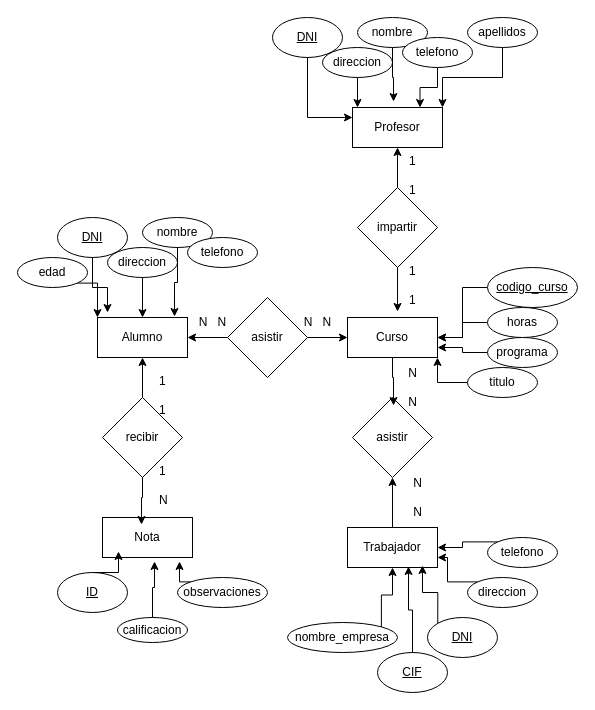
adriii28/amr-tsys-C3U12-11102023 keeps this draw.io diagram as ej2.drawio. Above is the earlier version. Source tidied: cells renumbered, new cells numbered last; positions are measured from the earlier drawing's top-left corner, leaving out a move shared by most shapes. Both pictures are drawn from the tidied source at 100%, with x=0, y=0 at pixel (17, 17).
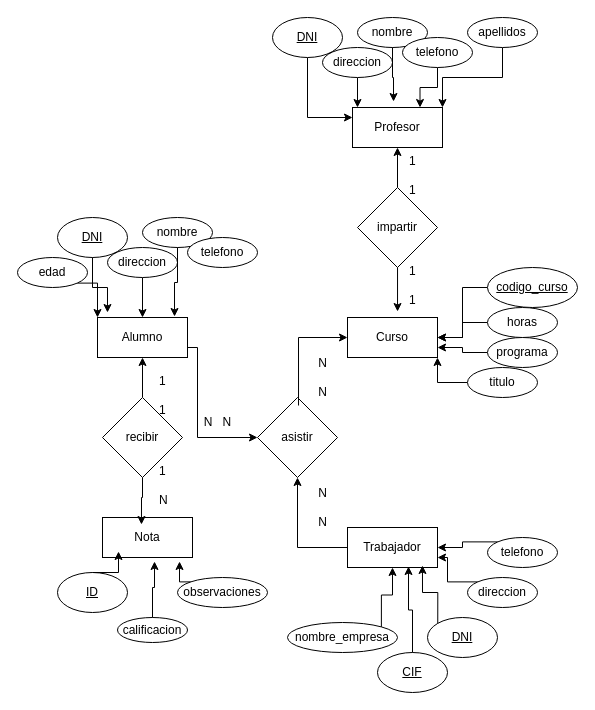
Above is the later version.

Unchanged cells that the change refers to:
```xml
<mxCell id="2" value="Alumno" style="rounded=0;whiteSpace=wrap;html=1;" parent="1" vertex="1">
  <mxGeometry x="80" y="300" width="90" height="40" as="geometry" />
</mxCell>
<mxCell id="5" value="Curso" style="rounded=0;whiteSpace=wrap;html=1;" parent="1" vertex="1">
  <mxGeometry x="330" y="300" width="90" height="40" as="geometry" />
</mxCell>
```

The edit, as a diff of the source:
```diff
@@
+    <mxCell id="70" style="edgeStyle=orthogonalEdgeStyle;rounded=0;jettySize=auto;html=1;exitX=1;exitY=0.75;exitDx=0;exitDy=0;entryX=0;entryY=0.5;entryDx=0;entryDy=0;" parent="1" edge="1" source="2" target="13">
+      <mxGeometry relative="1" as="geometry">
+        <Array as="points">
+          <mxPoint x="180" y="330" />
+          <mxPoint x="180" y="420" />
+        </Array>
+      </mxGeometry>
+    </mxCell>
@@
-    <mxCell id="8" style="edgeStyle=orthogonalEdgeStyle;rounded=0;jettySize=auto;html=1;entryX=1;entryY=0.5;entryDx=0;entryDy=0;" parent="1" edge="1" source="10" target="2">
-      <mxGeometry relative="1" as="geometry" />
-    </mxCell>
-    <mxCell id="9" style="edgeStyle=orthogonalEdgeStyle;rounded=0;jettySize=auto;html=1;entryX=0;entryY=0.5;entryDx=0;entryDy=0;" parent="1" edge="1" source="10" target="5">
-      <mxGeometry relative="1" as="geometry" />
-    </mxCell>
-    <mxCell id="10" value="asistir" style="rhombus;whiteSpace=wrap;html=1;" parent="1" vertex="1">
-      <mxGeometry x="210" y="280" width="80" height="80" as="geometry" />
-    </mxCell>
-    <mxCell id="11" value="N&amp;nbsp;&amp;nbsp; N" style="text;html=1;align=center;verticalAlign=middle;strokeColor=none;fillColor=none;" parent="1" vertex="1">
-      <mxGeometry x="170" y="290" width="50" height="30" as="geometry" />
-    </mxCell>
-    <mxCell id="12" value="N&amp;nbsp;&amp;nbsp; N" style="text;html=1;align=center;verticalAlign=middle;strokeColor=none;fillColor=none;" parent="1" vertex="1">
-      <mxGeometry x="275" y="290" width="50" height="30" as="geometry" />
-    </mxCell>
     <mxCell id="13" value="asistir" style="rhombus;whiteSpace=wrap;html=1;" parent="1" vertex="1">
-      <mxGeometry x="335" y="380" width="80" height="80" as="geometry" />
+      <mxGeometry x="240" y="380" width="80" height="80" as="geometry" />
     </mxCell>
-    <mxCell id="14" style="edgeStyle=orthogonalEdgeStyle;rounded=0;jettySize=auto;html=1;entryX=0.513;entryY=0.1;entryDx=0;entryDy=0;entryPerimeter=0;" parent="1" edge="1" source="5" target="13">
+    <mxCell id="14" style="edgeStyle=orthogonalEdgeStyle;rounded=0;jettySize=auto;html=1;entryX=0.513;entryY=0.1;entryDx=0;entryDy=0;entryPerimeter=0;endArrow=none;endFill=0;startArrow=classic;startFill=1;" parent="1" edge="1" source="5" target="13">
       <mxGeometry relative="1" as="geometry" />
     </mxCell>
@@
     <mxCell id="21" value="&lt;div&gt;N&lt;/div&gt;&lt;div&gt;&lt;br&gt;&lt;/div&gt;&lt;div&gt;N&lt;/div&gt;" style="text;html=1;align=center;verticalAlign=middle;strokeColor=none;fillColor=none;" parent="1" vertex="1">
-      <mxGeometry x="385" y="450" width="30" height="60" as="geometry" />
+      <mxGeometry x="290" y="460" width="30" height="60" as="geometry" />
     </mxCell>
     <mxCell id="22" value="&lt;div&gt;N&lt;/div&gt;&lt;div&gt;&lt;br&gt;&lt;/div&gt;&lt;div&gt;N&lt;/div&gt;" style="text;html=1;align=center;verticalAlign=middle;strokeColor=none;fillColor=none;" parent="1" vertex="1">
-      <mxGeometry x="380" y="340" width="30" height="60" as="geometry" />
+      <mxGeometry x="290" y="330" width="30" height="60" as="geometry" />
     </mxCell>
@@
+    <mxCell id="71" value="N&amp;nbsp;&amp;nbsp; N" style="text;html=1;align=center;verticalAlign=middle;strokeColor=none;fillColor=none;" parent="1" vertex="1">
+      <mxGeometry x="175" y="390" width="50" height="30" as="geometry" />
+    </mxCell>
```
